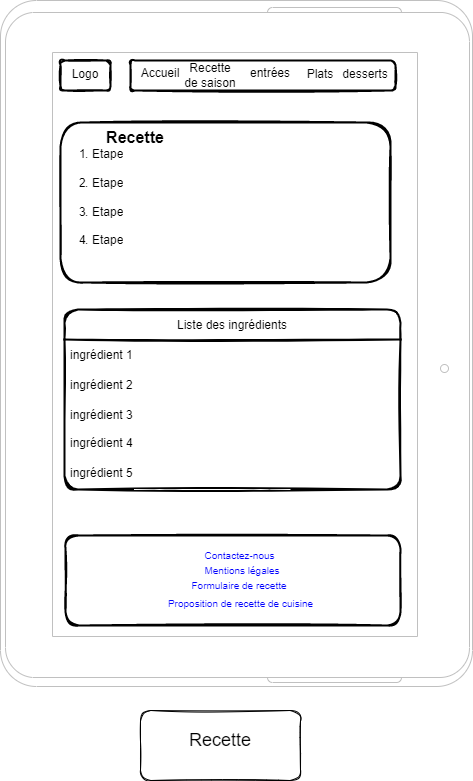
david-tran-dev/orecipe keeps this draw.io diagram as wireframes/recipe-tablet.png. Above is the earlier version. Source tidied: cells renumbered, new cells last; positions are measured from the earlier drawing's top-left corner, leaving out a move shared by most shapes.
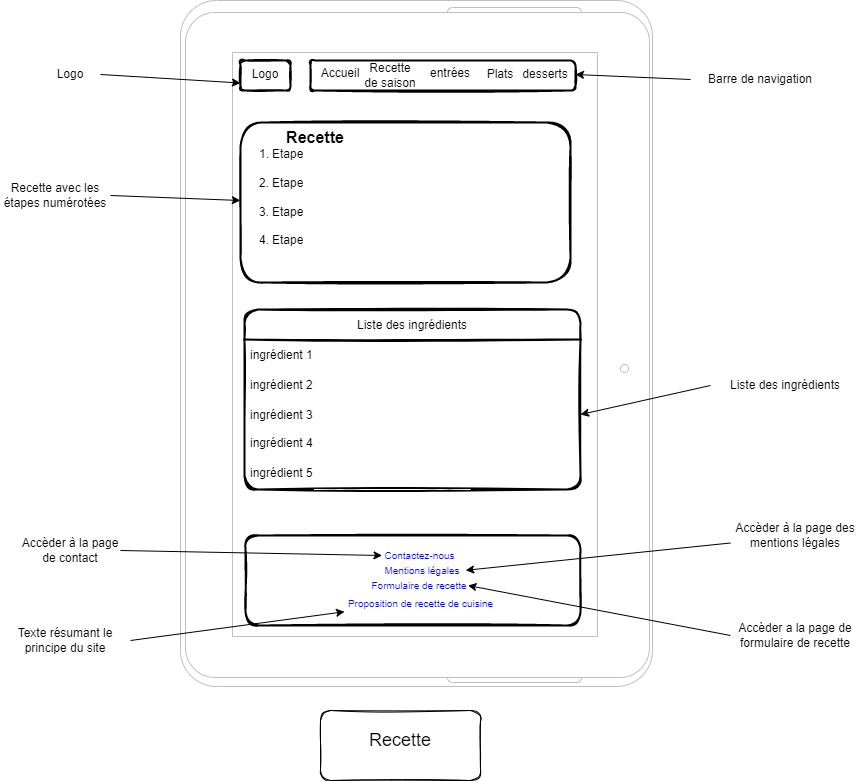
The same file after the commit.

What changed in the source:
```diff
@@ -77,5 +77,53 @@
     <mxCell id="26" value="Recette" style="text;html=1;strokeColor=none;fillColor=none;align=center;verticalAlign=middle;whiteSpace=wrap;rounded=0;fontStyle=1;fontSize=16;" parent="1" vertex="1">
       <mxGeometry x="105" y="122" width="60" height="30" as="geometry" />
     </mxCell>
+    <mxCell id="27" value="Barre de navigation" style="text;html=1;strokeColor=none;fillColor=none;align=center;verticalAlign=middle;whiteSpace=wrap;rounded=0;" parent="1" vertex="1">
+      <mxGeometry x="510" y="64" width="140" height="30" as="geometry" />
+    </mxCell>
+    <mxCell id="28" value="Logo" style="text;html=1;strokeColor=none;fillColor=none;align=center;verticalAlign=middle;whiteSpace=wrap;rounded=0;" parent="1" vertex="1">
+      <mxGeometry x="-140" y="59" width="60" height="30" as="geometry" />
+    </mxCell>
+    <mxCell id="29" value="Recette avec les étapes numérotées" style="text;html=1;strokeColor=none;fillColor=none;align=center;verticalAlign=middle;whiteSpace=wrap;rounded=0;" parent="1" vertex="1">
+      <mxGeometry x="-180" y="180" width="110" height="30" as="geometry" />
+    </mxCell>
+    <mxCell id="30" value="Liste des ingrédients" style="text;html=1;strokeColor=none;fillColor=none;align=center;verticalAlign=middle;whiteSpace=wrap;rounded=0;" parent="1" vertex="1">
+      <mxGeometry x="530" y="370" width="150" height="30" as="geometry" />
+    </mxCell>
+    <mxCell id="31" value="Accèder à la page des mentions légales" style="text;html=1;strokeColor=none;fillColor=none;align=center;verticalAlign=middle;whiteSpace=wrap;rounded=0;" parent="1" vertex="1">
+      <mxGeometry x="550" y="520" width="130" height="30" as="geometry" />
+    </mxCell>
+    <mxCell id="32" value="Accèder a la page de formulaire de recette" style="text;html=1;strokeColor=none;fillColor=none;align=center;verticalAlign=middle;whiteSpace=wrap;rounded=0;" parent="1" vertex="1">
+      <mxGeometry x="550" y="620" width="130" height="30" as="geometry" />
+    </mxCell>
+    <mxCell id="33" value="Texte résumant le principe du site" style="text;html=1;strokeColor=none;fillColor=none;align=center;verticalAlign=middle;whiteSpace=wrap;rounded=0;" parent="1" vertex="1">
+      <mxGeometry x="-180" y="625" width="130" height="30" as="geometry" />
+    </mxCell>
+    <mxCell id="34" value="Accèder à la page de contact" style="text;html=1;strokeColor=none;fillColor=none;align=center;verticalAlign=middle;whiteSpace=wrap;rounded=0;" parent="1" vertex="1">
+      <mxGeometry x="-160" y="535" width="100" height="30" as="geometry" />
+    </mxCell>
+    <mxCell id="35" style="endArrow=classic;html=1;rounded=0;entryX=0;entryY=0.75;entryDx=0;entryDy=0;exitX=1;exitY=0.5;exitDx=0;exitDy=0;" parent="1" edge="1" source="28" target="9">
+      <mxGeometry relative="1" as="geometry" />
+    </mxCell>
+    <mxCell id="36" style="endArrow=classic;html=1;rounded=0;entryX=1;entryY=0.5;entryDx=0;entryDy=0;exitX=0;exitY=0.5;exitDx=0;exitDy=0;" parent="1" edge="1" source="27" target="8">
+      <mxGeometry relative="1" as="geometry" />
+    </mxCell>
+    <mxCell id="37" style="endArrow=classic;html=1;rounded=0;entryX=0.029;entryY=0.523;entryDx=0;entryDy=0;entryPerimeter=0;exitX=1;exitY=0.5;exitDx=0;exitDy=0;" parent="1" edge="1" source="29" target="25">
+      <mxGeometry relative="1" as="geometry" />
+    </mxCell>
+    <mxCell id="38" style="endArrow=classic;html=1;rounded=0;entryX=1;entryY=0.5;entryDx=0;entryDy=0;exitX=0;exitY=0.5;exitDx=0;exitDy=0;" parent="1" edge="1" source="30" target="20">
+      <mxGeometry relative="1" as="geometry" />
+    </mxCell>
+    <mxCell id="39" style="endArrow=classic;html=1;rounded=0;entryX=0.895;entryY=-0.007;entryDx=0;entryDy=0;entryPerimeter=0;exitX=0;exitY=0.75;exitDx=0;exitDy=0;" parent="1" edge="1" source="31" target="14">
+      <mxGeometry relative="1" as="geometry" />
+    </mxCell>
+    <mxCell id="40" style="endArrow=classic;html=1;rounded=0;entryX=0.81;entryY=0;entryDx=0;entryDy=0;entryPerimeter=0;exitX=0;exitY=0.5;exitDx=0;exitDy=0;" parent="1" edge="1" source="32" target="15">
+      <mxGeometry relative="1" as="geometry" />
+    </mxCell>
+    <mxCell id="41" style="endArrow=classic;html=1;rounded=0;entryX=0;entryY=0;entryDx=0;entryDy=0;exitX=1;exitY=0.5;exitDx=0;exitDy=0;" parent="1" edge="1" source="34" target="13">
+      <mxGeometry relative="1" as="geometry" />
+    </mxCell>
+    <mxCell id="42" style="endArrow=classic;html=1;rounded=0;entryX=0;entryY=0.75;entryDx=0;entryDy=0;exitX=1;exitY=0.5;exitDx=0;exitDy=0;" parent="1" edge="1" source="33" target="15">
+      <mxGeometry relative="1" as="geometry" />
+    </mxCell>
   </root>
 </mxGraphModel>
```
